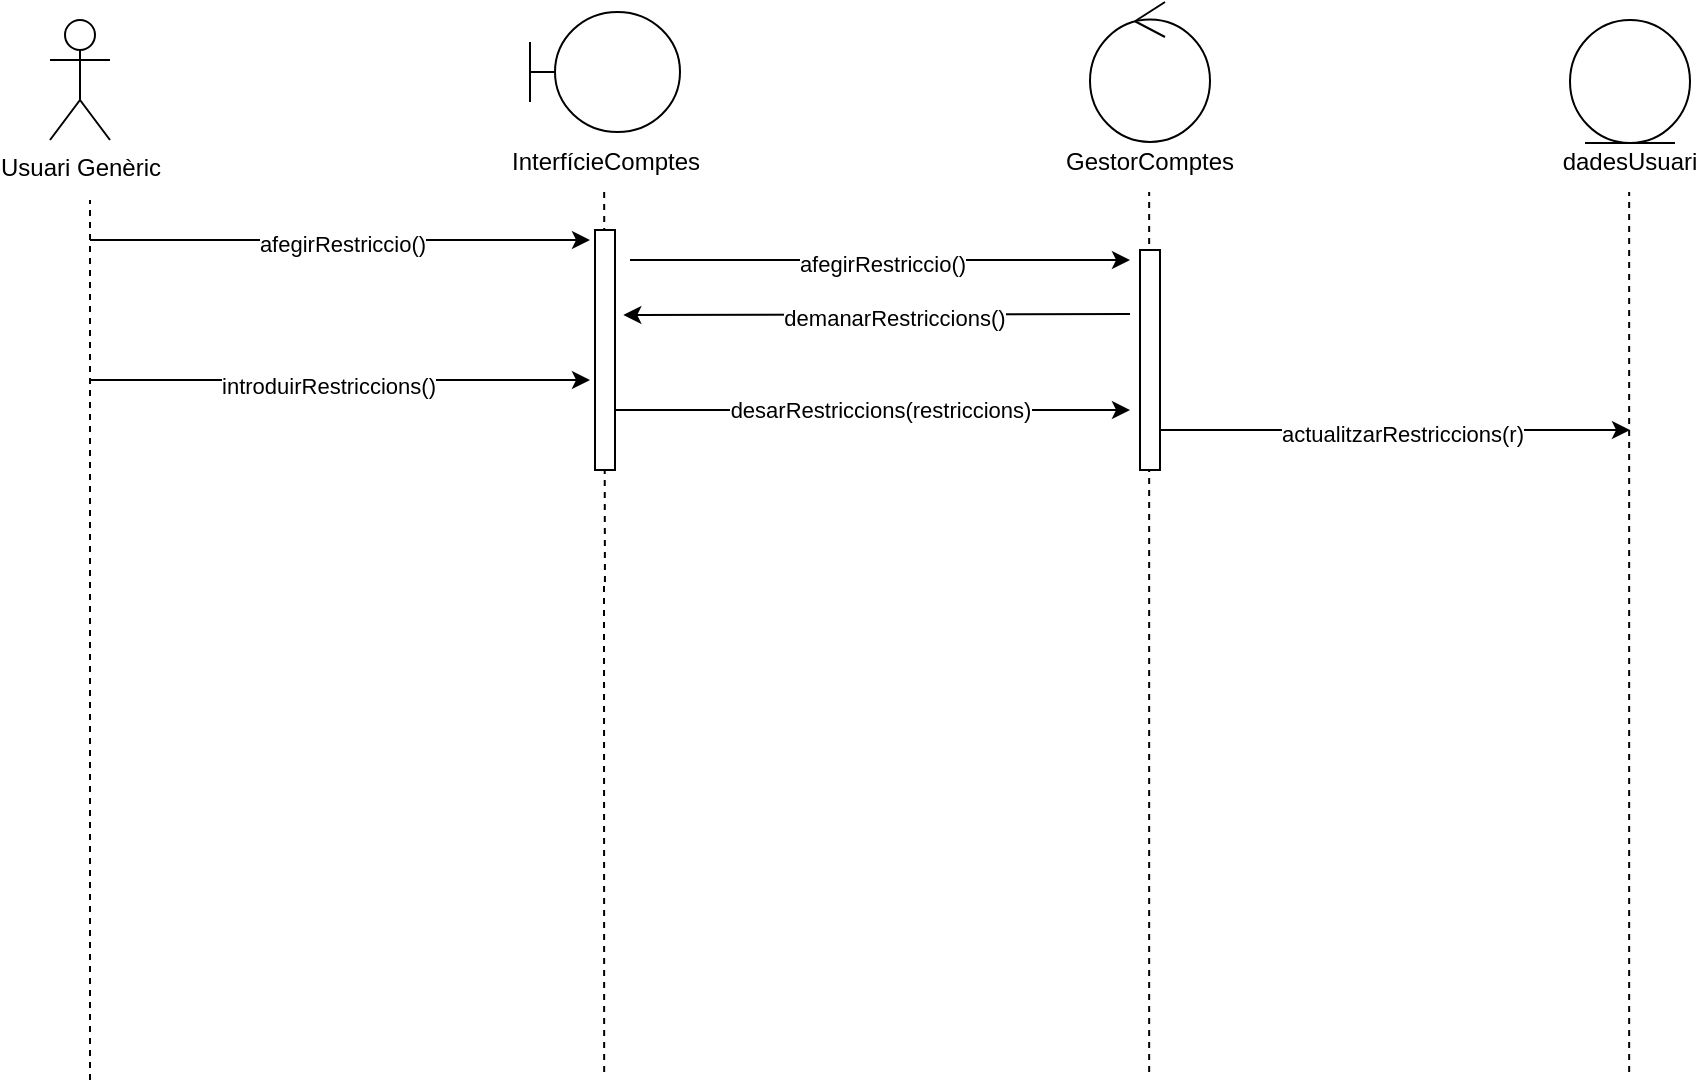
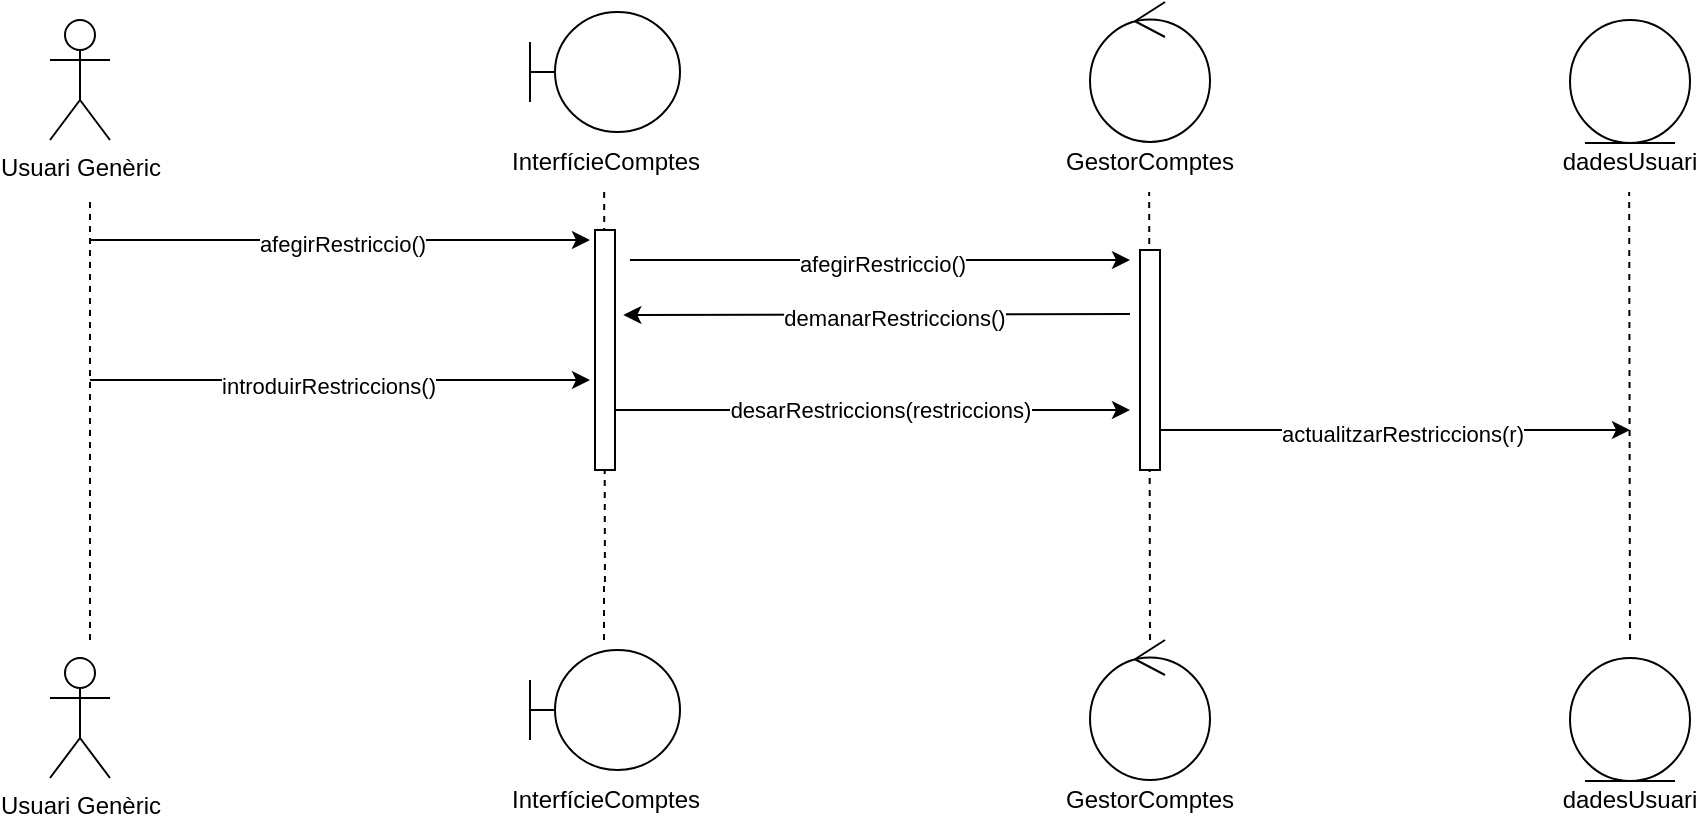
<mxfile host="Electron">
  <diagram name="Pàgina-1" id="qvVAie-Hl5Rr7k6o38sZ">
-     <mxGraphModel dx="1178" dy="735" grid="1" gridSize="10" guides="1" tooltips="1" connect="1" arrows="1" fold="1" page="1" pageScale="1" pageWidth="1169" pageHeight="827" math="0" shadow="0">
+     <mxGraphModel dx="1414" dy="882" grid="1" gridSize="10" guides="1" tooltips="1" connect="1" arrows="1" fold="1" page="1" pageScale="1" pageWidth="1169" pageHeight="827" math="0" shadow="0">
      <root>
        <mxCell id="0" />
        <mxCell id="1" parent="0" />
        <mxCell id="b8Wn0gmdy3Yzb2cbIPzx-2" parent="1" style="shape=umlActor;verticalLabelPosition=bottom;verticalAlign=top;html=1;outlineConnect=0;" value="Usuari Genèric" vertex="1">
-           <mxGeometry height="60" width="30" x="110" y="60" as="geometry" />
+           <mxGeometry height="60" width="30" x="170" y="216" as="geometry" />
        </mxCell>
        <mxCell id="b8Wn0gmdy3Yzb2cbIPzx-11" connectable="0" parent="1" style="group" value="" vertex="1">
-           <mxGeometry height="90" width="75" x="350" y="56" as="geometry" />
+           <mxGeometry height="90" width="75" x="410" y="212" as="geometry" />
        </mxCell>
        <mxCell id="b8Wn0gmdy3Yzb2cbIPzx-6" parent="b8Wn0gmdy3Yzb2cbIPzx-11" style="shape=umlBoundary;whiteSpace=wrap;html=1;" value="" vertex="1">
          <mxGeometry height="60" width="75" as="geometry" />
        </mxCell>
        <mxCell id="b8Wn0gmdy3Yzb2cbIPzx-9" parent="b8Wn0gmdy3Yzb2cbIPzx-11" style="text;html=1;whiteSpace=wrap;strokeColor=none;fillColor=none;align=center;verticalAlign=middle;rounded=0;" value="InterfícieComptes" vertex="1">
          <mxGeometry height="30" width="60" x="7.5" y="60" as="geometry" />
        </mxCell>
        <mxCell id="b8Wn0gmdy3Yzb2cbIPzx-14" connectable="0" parent="1" style="group" value="" vertex="1">
-           <mxGeometry height="95" width="60" x="630" y="51" as="geometry" />
+           <mxGeometry height="95" width="60" x="690" y="207" as="geometry" />
        </mxCell>
        <mxCell id="b8Wn0gmdy3Yzb2cbIPzx-12" parent="b8Wn0gmdy3Yzb2cbIPzx-14" style="ellipse;shape=umlControl;whiteSpace=wrap;html=1;" value="" vertex="1">
          <mxGeometry height="70" width="60" as="geometry" />
        </mxCell>
        <mxCell id="b8Wn0gmdy3Yzb2cbIPzx-13" parent="b8Wn0gmdy3Yzb2cbIPzx-14" style="text;html=1;whiteSpace=wrap;strokeColor=none;fillColor=none;align=center;verticalAlign=middle;rounded=0;" value="GestorComptes" vertex="1">
          <mxGeometry height="30" width="60" y="65" as="geometry" />
        </mxCell>
        <mxCell id="b8Wn0gmdy3Yzb2cbIPzx-15" edge="1" parent="1" style="endArrow=none;dashed=1;html=1;rounded=0;" value="">
          <mxGeometry height="50" relative="1" width="50" as="geometry">
-             <mxPoint x="130" y="590" as="sourcePoint" />
-             <mxPoint x="130" y="150" as="targetPoint" />
+             <mxPoint x="190" y="526" as="sourcePoint" />
+             <mxPoint x="190" y="306" as="targetPoint" />
          </mxGeometry>
        </mxCell>
        <mxCell id="b8Wn0gmdy3Yzb2cbIPzx-16" edge="1" parent="1" style="endArrow=none;dashed=1;html=1;rounded=0;" value="">
          <mxGeometry height="50" relative="1" width="50" as="geometry">
-             <mxPoint x="387.46769230769223" y="341" as="sourcePoint" />
-             <mxPoint x="387.08000000000004" y="146" as="targetPoint" />
+             <mxPoint x="447.46769230769223" y="497" as="sourcePoint" />
+             <mxPoint x="447.08000000000004" y="302" as="targetPoint" />
          </mxGeometry>
        </mxCell>
        <mxCell id="b8Wn0gmdy3Yzb2cbIPzx-17" edge="1" parent="1" style="endArrow=none;dashed=1;html=1;rounded=0;" value="">
          <mxGeometry height="50" relative="1" width="50" as="geometry">
-             <mxPoint x="659.58" y="586" as="sourcePoint" />
-             <mxPoint x="659.58" y="146" as="targetPoint" />
+             <mxPoint x="720" y="526" as="sourcePoint" />
+             <mxPoint x="719.58" y="302" as="targetPoint" />
          </mxGeometry>
        </mxCell>
        <mxCell id="b8Wn0gmdy3Yzb2cbIPzx-41" edge="1" parent="1" style="endArrow=none;dashed=1;html=1;rounded=0;" value="">
          <mxGeometry height="50" relative="1" width="50" as="geometry">
-             <mxPoint x="387.08000000000004" y="586" as="sourcePoint" />
-             <mxPoint x="387" y="340" as="targetPoint" />
+             <mxPoint x="447" y="526" as="sourcePoint" />
+             <mxPoint x="447" y="496" as="targetPoint" />
          </mxGeometry>
        </mxCell>
        <mxCell id="b8Wn0gmdy3Yzb2cbIPzx-46" parent="1" style="text;html=1;whiteSpace=wrap;strokeColor=none;fillColor=none;align=center;verticalAlign=middle;rounded=0;" value="dadesUsuari" vertex="1">
-           <mxGeometry height="30" width="60" x="870" y="116" as="geometry" />
+           <mxGeometry height="30" width="60" x="930" y="272" as="geometry" />
        </mxCell>
        <mxCell id="b8Wn0gmdy3Yzb2cbIPzx-47" parent="1" style="ellipse;shape=umlEntity;whiteSpace=wrap;html=1;" value="" vertex="1">
-           <mxGeometry height="61.5" width="60" x="870" y="60" as="geometry" />
+           <mxGeometry height="61.5" width="60" x="930" y="216" as="geometry" />
        </mxCell>
        <mxCell id="b8Wn0gmdy3Yzb2cbIPzx-48" edge="1" parent="1" style="endArrow=none;dashed=1;html=1;rounded=0;" value="">
          <mxGeometry height="50" relative="1" width="50" as="geometry">
-             <mxPoint x="899.5799999999999" y="586" as="sourcePoint" />
-             <mxPoint x="899.5799999999999" y="146" as="targetPoint" />
+             <mxPoint x="960" y="526" as="sourcePoint" />
+             <mxPoint x="959.5799999999999" y="302" as="targetPoint" />
          </mxGeometry>
        </mxCell>
        <mxCell id="b8Wn0gmdy3Yzb2cbIPzx-68" edge="1" parent="1" style="endArrow=classic;html=1;rounded=0;" value="">
          <mxGeometry height="50" relative="1" width="50" as="geometry">
-             <mxPoint x="130" y="170" as="sourcePoint" />
-             <mxPoint x="380" y="170" as="targetPoint" />
+             <mxPoint x="190" y="326" as="sourcePoint" />
+             <mxPoint x="440" y="326" as="targetPoint" />
          </mxGeometry>
        </mxCell>
        <mxCell id="b8Wn0gmdy3Yzb2cbIPzx-70" connectable="0" parent="b8Wn0gmdy3Yzb2cbIPzx-68" style="edgeLabel;html=1;align=center;verticalAlign=middle;resizable=0;points=[];" value="afegirRestriccio()" vertex="1">
          <mxGeometry relative="1" x="0.0093" y="-2" as="geometry">
            <mxPoint as="offset" />
          </mxGeometry>
        </mxCell>
        <mxCell id="b8Wn0gmdy3Yzb2cbIPzx-69" parent="1" style="rounded=0;whiteSpace=wrap;html=1;rotation=-90;" value="" vertex="1">
-           <mxGeometry height="10" width="120" x="327.5" y="220" as="geometry" />
+           <mxGeometry height="10" width="120" x="387.5" y="376" as="geometry" />
        </mxCell>
        <mxCell id="b8Wn0gmdy3Yzb2cbIPzx-71" edge="1" parent="1" style="endArrow=classic;html=1;rounded=0;" value="">
          <mxGeometry height="50" relative="1" width="50" as="geometry">
-             <mxPoint x="400" y="180" as="sourcePoint" />
-             <mxPoint x="650" y="180" as="targetPoint" />
+             <mxPoint x="460" y="336" as="sourcePoint" />
+             <mxPoint x="710" y="336" as="targetPoint" />
          </mxGeometry>
        </mxCell>
        <mxCell id="b8Wn0gmdy3Yzb2cbIPzx-72" connectable="0" parent="b8Wn0gmdy3Yzb2cbIPzx-71" style="edgeLabel;html=1;align=center;verticalAlign=middle;resizable=0;points=[];" value="afegirRestriccio()" vertex="1">
          <mxGeometry relative="1" x="0.0093" y="-2" as="geometry">
            <mxPoint as="offset" />
          </mxGeometry>
        </mxCell>
        <mxCell id="b8Wn0gmdy3Yzb2cbIPzx-73" parent="1" style="rounded=0;whiteSpace=wrap;html=1;rotation=-90;" value="" vertex="1">
-           <mxGeometry height="10" width="110" x="605" y="225" as="geometry" />
+           <mxGeometry height="10" width="110" x="665" y="381" as="geometry" />
        </mxCell>
        <mxCell id="b8Wn0gmdy3Yzb2cbIPzx-74" edge="1" parent="1" style="endArrow=classic;html=1;rounded=0;entryX=0.646;entryY=1.416;entryDx=0;entryDy=0;entryPerimeter=0;" target="b8Wn0gmdy3Yzb2cbIPzx-69" value="">
          <mxGeometry height="50" relative="1" width="50" as="geometry">
-             <mxPoint x="650" y="207" as="sourcePoint" />
-             <mxPoint x="610" y="390" as="targetPoint" />
+             <mxPoint x="710" y="363" as="sourcePoint" />
+             <mxPoint x="670" y="546" as="targetPoint" />
          </mxGeometry>
        </mxCell>
        <mxCell id="b8Wn0gmdy3Yzb2cbIPzx-75" connectable="0" parent="b8Wn0gmdy3Yzb2cbIPzx-74" style="edgeLabel;html=1;align=center;verticalAlign=middle;resizable=0;points=[];" value="demanarRestriccions()" vertex="1">
          <mxGeometry relative="1" x="-0.0684" y="2" as="geometry">
            <mxPoint as="offset" />
          </mxGeometry>
        </mxCell>
        <mxCell id="b8Wn0gmdy3Yzb2cbIPzx-76" edge="1" parent="1" style="endArrow=classic;html=1;rounded=0;" value="">
          <mxGeometry height="50" relative="1" width="50" as="geometry">
-             <mxPoint x="130" y="240" as="sourcePoint" />
-             <mxPoint x="380" y="240" as="targetPoint" />
+             <mxPoint x="190" y="396" as="sourcePoint" />
+             <mxPoint x="440" y="396" as="targetPoint" />
          </mxGeometry>
        </mxCell>
        <mxCell id="b8Wn0gmdy3Yzb2cbIPzx-77" connectable="0" parent="b8Wn0gmdy3Yzb2cbIPzx-76" style="edgeLabel;html=1;align=center;verticalAlign=middle;resizable=0;points=[];" value="introduirRestriccions()" vertex="1">
          <mxGeometry relative="1" x="-0.0507" y="-3" as="geometry">
            <mxPoint as="offset" />
          </mxGeometry>
        </mxCell>
        <mxCell id="b8Wn0gmdy3Yzb2cbIPzx-78" edge="1" parent="1" source="b8Wn0gmdy3Yzb2cbIPzx-69" style="endArrow=classic;html=1;rounded=0;exitX=0.25;exitY=1;exitDx=0;exitDy=0;" value="">
          <mxGeometry height="50" relative="1" width="50" as="geometry">
-             <mxPoint x="447.5" y="290" as="sourcePoint" />
-             <mxPoint x="650" y="255" as="targetPoint" />
+             <mxPoint x="507.5" y="446" as="sourcePoint" />
+             <mxPoint x="710" y="411" as="targetPoint" />
          </mxGeometry>
        </mxCell>
        <mxCell id="b8Wn0gmdy3Yzb2cbIPzx-79" connectable="0" parent="b8Wn0gmdy3Yzb2cbIPzx-78" style="edgeLabel;html=1;align=center;verticalAlign=middle;resizable=0;points=[];" value="desarRestriccions(restriccions)" vertex="1">
          <mxGeometry relative="1" x="0.0252" as="geometry">
            <mxPoint as="offset" />
          </mxGeometry>
        </mxCell>
        <mxCell id="b8Wn0gmdy3Yzb2cbIPzx-82" edge="1" parent="1" style="endArrow=classic;html=1;rounded=0;" value="a">
          <mxGeometry height="50" relative="1" width="50" as="geometry">
-             <mxPoint x="665" y="265" as="sourcePoint" />
-             <mxPoint x="900" y="265" as="targetPoint" />
+             <mxPoint x="725" y="421" as="sourcePoint" />
+             <mxPoint x="960" y="421" as="targetPoint" />
          </mxGeometry>
        </mxCell>
        <mxCell id="b8Wn0gmdy3Yzb2cbIPzx-83" connectable="0" parent="b8Wn0gmdy3Yzb2cbIPzx-82" style="edgeLabel;html=1;align=center;verticalAlign=middle;resizable=0;points=[];" value="actualitzarRestriccions(r)" vertex="1">
          <mxGeometry relative="1" x="0.0241" y="-2" as="geometry">
            <mxPoint as="offset" />
          </mxGeometry>
        </mxCell>
+         <mxCell id="UvQBZ55ebQNI0bjjEvV2-1" parent="1" style="shape=umlActor;verticalLabelPosition=bottom;verticalAlign=top;html=1;outlineConnect=0;" value="Usuari Genèric" vertex="1">
+           <mxGeometry height="60" width="30" x="170" y="535" as="geometry" />
+         </mxCell>
+         <mxCell id="UvQBZ55ebQNI0bjjEvV2-2" connectable="0" parent="1" style="group" value="" vertex="1">
+           <mxGeometry height="90" width="75" x="410" y="531" as="geometry" />
+         </mxCell>
+         <mxCell id="UvQBZ55ebQNI0bjjEvV2-3" parent="UvQBZ55ebQNI0bjjEvV2-2" style="shape=umlBoundary;whiteSpace=wrap;html=1;" value="" vertex="1">
+           <mxGeometry height="60" width="75" as="geometry" />
+         </mxCell>
+         <mxCell id="UvQBZ55ebQNI0bjjEvV2-4" parent="UvQBZ55ebQNI0bjjEvV2-2" style="text;html=1;whiteSpace=wrap;strokeColor=none;fillColor=none;align=center;verticalAlign=middle;rounded=0;" value="InterfícieComptes" vertex="1">
+           <mxGeometry height="30" width="60" x="7.5" y="60" as="geometry" />
+         </mxCell>
+         <mxCell id="UvQBZ55ebQNI0bjjEvV2-5" connectable="0" parent="1" style="group" value="" vertex="1">
+           <mxGeometry height="95" width="60" x="690" y="526" as="geometry" />
+         </mxCell>
+         <mxCell id="UvQBZ55ebQNI0bjjEvV2-6" parent="UvQBZ55ebQNI0bjjEvV2-5" style="ellipse;shape=umlControl;whiteSpace=wrap;html=1;" value="" vertex="1">
+           <mxGeometry height="70" width="60" as="geometry" />
+         </mxCell>
+         <mxCell id="UvQBZ55ebQNI0bjjEvV2-7" parent="UvQBZ55ebQNI0bjjEvV2-5" style="text;html=1;whiteSpace=wrap;strokeColor=none;fillColor=none;align=center;verticalAlign=middle;rounded=0;" value="GestorComptes" vertex="1">
+           <mxGeometry height="30" width="60" y="65" as="geometry" />
+         </mxCell>
+         <mxCell id="UvQBZ55ebQNI0bjjEvV2-8" parent="1" style="text;html=1;whiteSpace=wrap;strokeColor=none;fillColor=none;align=center;verticalAlign=middle;rounded=0;" value="dadesUsuari" vertex="1">
+           <mxGeometry height="30" width="60" x="930" y="591" as="geometry" />
+         </mxCell>
+         <mxCell id="UvQBZ55ebQNI0bjjEvV2-9" parent="1" style="ellipse;shape=umlEntity;whiteSpace=wrap;html=1;" value="" vertex="1">
+           <mxGeometry height="61.5" width="60" x="930" y="535" as="geometry" />
+         </mxCell>
      </root>
    </mxGraphModel>
  </diagram>
</mxfile>
